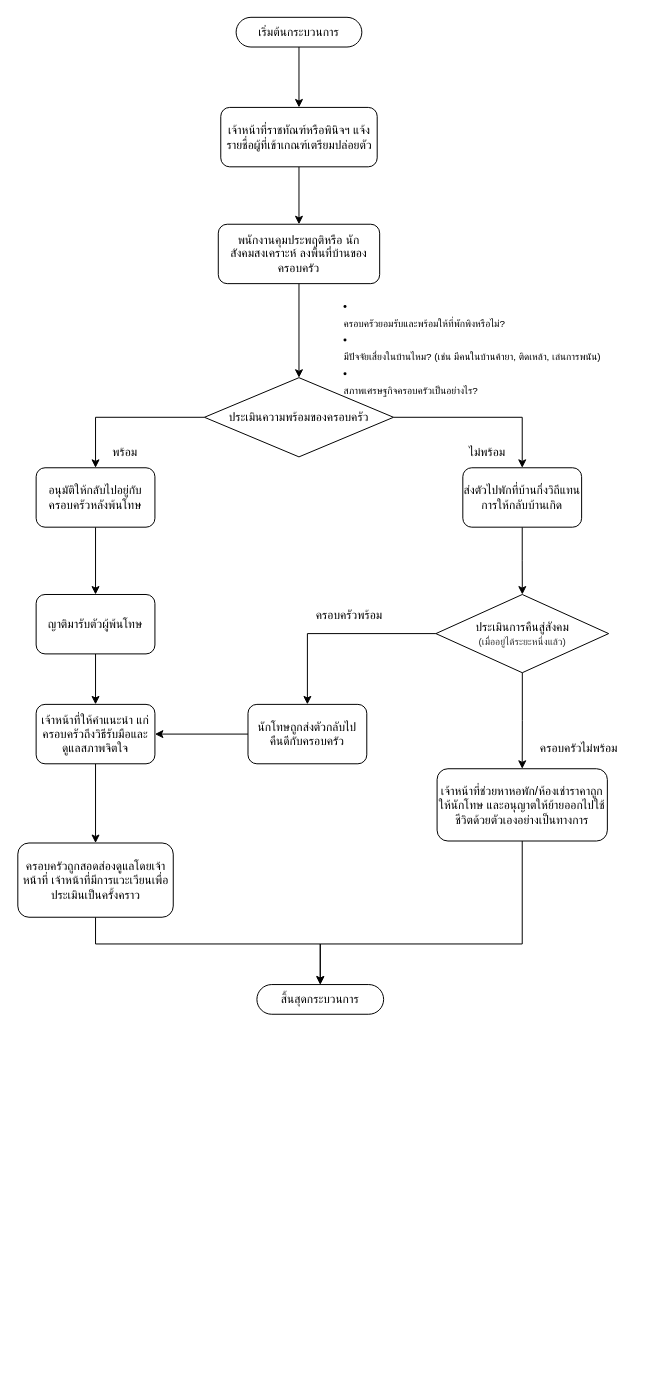
Before: BusinessFlow_PrisonerFam.drawio in lynylany/ThriveSystem, a draw.io diagram. Source tidied: cells renumbered, new cells numbered last; positions are measured from the earlier drawing's top-left corner, leaving out a move shared by most shapes. Both pictures are drawn from the tidied source at 99%, with x=0, y=0 at pixel (18, 17).
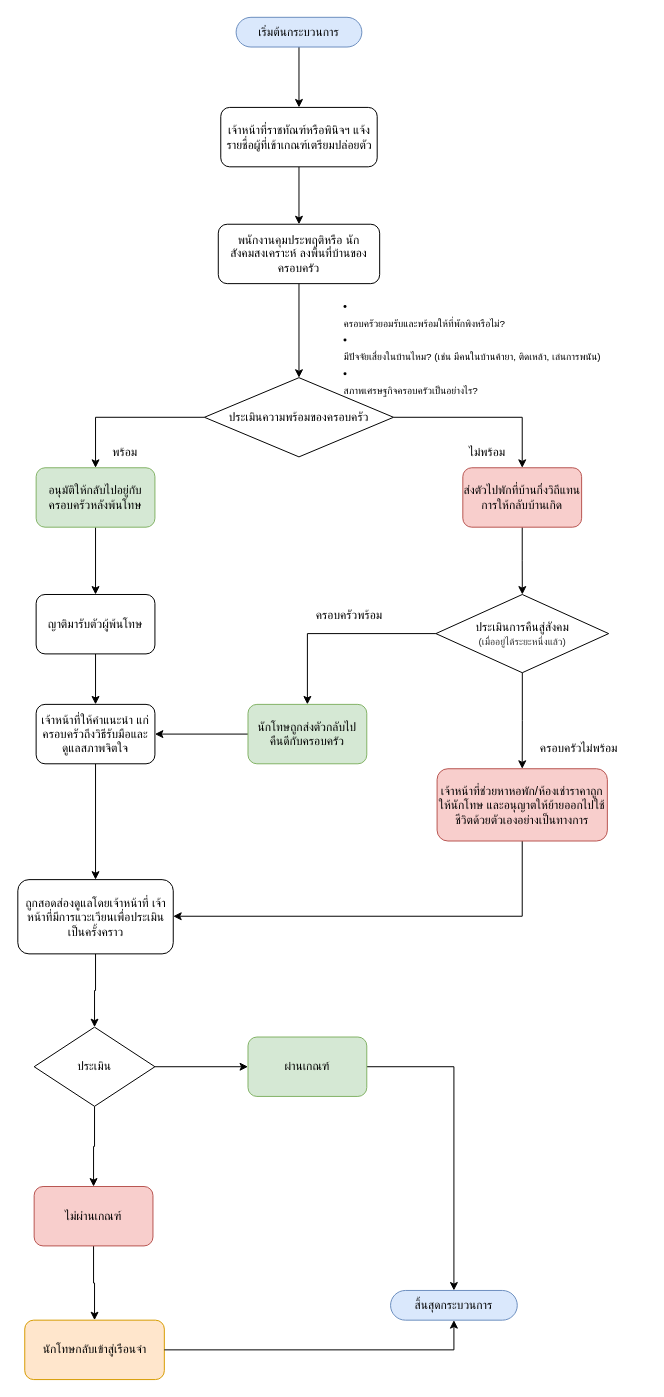
Above is the later version.

What changed in the source:
```diff
@@
-    <mxCell id="3" value="เริ่มต้นกระบวนการ" style="html=1;dashed=0;whiteSpace=wrap;shape=mxgraph.dfd.start;" parent="1" vertex="1">
+    <mxCell id="3" value="เริ่มต้นกระบวนการ" style="html=1;dashed=0;whiteSpace=wrap;shape=mxgraph.dfd.start;fillColor=#dae8fc;strokeColor=#6c8ebf;" parent="1" vertex="1">
       <mxGeometry x="220" width="127" height="30" as="geometry" />
     </mxCell>
@@
-    <mxCell id="13" value="อนุมัติให้กลับไปอยู่กับครอบครัวหลังพ้นโทษ" style="rounded=1;whiteSpace=wrap;html=1;" parent="1" vertex="1">
+    <mxCell id="13" value="อนุมัติให้กลับไปอยู่กับครอบครัวหลังพ้นโทษ" style="rounded=1;whiteSpace=wrap;html=1;fillColor=#d5e8d4;strokeColor=#82b366;" parent="1" vertex="1">
       <mxGeometry x="18" y="455" width="120" height="60" as="geometry" />
     </mxCell>
@@
-    <mxCell id="15" value="ส่งตัวไปพักที่บ้านกึ่งวิถีแทนการให้กลับบ้านเกิด" style="rounded=1;whiteSpace=wrap;html=1;" parent="1" vertex="1">
+    <mxCell id="15" value="ส่งตัวไปพักที่บ้านกึ่งวิถีแทนการให้กลับบ้านเกิด" style="rounded=1;whiteSpace=wrap;html=1;fillColor=#f8cecc;strokeColor=#b85450;" parent="1" vertex="1">
       <mxGeometry x="449" y="455" width="120" height="60" as="geometry" />
     </mxCell>
@@
-    <mxCell id="22" value="สิ้นสุดกระบวนการ" style="html=1;dashed=0;whiteSpace=wrap;shape=mxgraph.dfd.start;" parent="1" vertex="1">
-      <mxGeometry x="241" y="977" width="128" height="30" as="geometry" />
+    <mxCell id="22" value="สิ้นสุดกระบวนการ" style="html=1;dashed=0;whiteSpace=wrap;shape=mxgraph.dfd.start;fillColor=#dae8fc;strokeColor=#6c8ebf;" parent="1" vertex="1">
+      <mxGeometry x="376" y="1286" width="128" height="30" as="geometry" />
     </mxCell>
@@
-    <mxCell id="26" style="edgeStyle=orthogonalEdgeStyle;rounded=0;jettySize=auto;html=1;" parent="1" edge="1" source="27" target="22">
-      <mxGeometry relative="1" as="geometry">
-        <Array as="points">
-          <mxPoint x="509" y="936" />
-          <mxPoint x="305" y="936" />
-        </Array>
-      </mxGeometry>
-    </mxCell>
+    <mxCell id="34" style="edgeStyle=orthogonalEdgeStyle;rounded=0;jettySize=auto;html=1;" parent="1" edge="1" source="27" target="33">
+      <mxGeometry relative="1" as="geometry">
+        <Array as="points">
+          <mxPoint x="509" y="908" />
+        </Array>
+      </mxGeometry>
+    </mxCell>
-    <mxCell id="27" value="เจ้าหน้าที่ช่วยหาหอพัก/ห้องเช่าราคาถูกให้นักโทษ และอนุญาตให้ย้ายออกไปใช้ชีวิตด้วยตัวเองอย่างเป็นทางการ" style="rounded=1;whiteSpace=wrap;html=1;" parent="1" vertex="1">
+    <mxCell id="27" value="เจ้าหน้าที่ช่วยหาหอพัก/ห้องเช่าราคาถูกให้นักโทษ และอนุญาตให้ย้ายออกไปใช้ชีวิตด้วยตัวเองอย่างเป็นทางการ" style="rounded=1;whiteSpace=wrap;html=1;fillColor=#f8cecc;strokeColor=#b85450;" parent="1" vertex="1">
       <mxGeometry x="423" y="759" width="172" height="73" as="geometry" />
     </mxCell>
@@
-    <mxCell id="29" value="นักโทษถูกส่งตัวกลับไปคืนดีกับครอบครัว" style="rounded=1;whiteSpace=wrap;html=1;" parent="1" vertex="1">
+    <mxCell id="29" value="นักโทษถูกส่งตัวกลับไปคืนดีกับครอบครัว" style="rounded=1;whiteSpace=wrap;html=1;fillColor=#d5e8d4;strokeColor=#82b366;" parent="1" vertex="1">
       <mxGeometry x="232" y="694" width="120" height="60" as="geometry" />
     </mxCell>
@@
-    <mxCell id="32" style="edgeStyle=orthogonalEdgeStyle;rounded=0;jettySize=auto;html=1;" parent="1" edge="1" source="33" target="22">
-      <mxGeometry relative="1" as="geometry">
-        <Array as="points">
-          <mxPoint x="78" y="936" />
-          <mxPoint x="305" y="936" />
-        </Array>
-      </mxGeometry>
-    </mxCell>
+    <mxCell id="35" style="edgeStyle=orthogonalEdgeStyle;rounded=0;jettySize=auto;html=1;" parent="1" edge="1" source="33" target="38">
+      <mxGeometry relative="1" as="geometry" />
+    </mxCell>
-    <mxCell id="33" value="ครอบครัวถูกสอดส่องดูแลโดยเจ้าหน้าที่ เจ้าหน้าที่มีการแวะเวียนเพื่อประเมินเป็นครั้งคราว" style="rounded=1;whiteSpace=wrap;html=1;" parent="1" vertex="1">
-      <mxGeometry x="-0.5" y="834" width="157" height="75" as="geometry" />
+    <mxCell id="33" value="ถูกสอดส่องดูแลโดยเจ้าหน้าที่ เจ้าหน้าที่มีการแวะเวียนเพื่อประเมินเป็นครั้งคราว" style="rounded=1;whiteSpace=wrap;html=1;" parent="1" vertex="1">
+      <mxGeometry x="-0.5" y="871" width="157" height="75" as="geometry" />
     </mxCell>
+    <mxCell id="36" style="edgeStyle=orthogonalEdgeStyle;rounded=0;jettySize=auto;html=1;" parent="1" edge="1" source="38" target="40">
+      <mxGeometry relative="1" as="geometry" />
+    </mxCell>
+    <mxCell id="37" style="edgeStyle=orthogonalEdgeStyle;rounded=0;jettySize=auto;html=1;" parent="1" edge="1" source="38" target="42">
+      <mxGeometry relative="1" as="geometry" />
+    </mxCell>
+    <mxCell id="38" value="ประเมิน" style="rhombus;whiteSpace=wrap;html=1;" parent="1" vertex="1">
+      <mxGeometry x="16" y="1020" width="122" height="80" as="geometry" />
+    </mxCell>
+    <mxCell id="39" style="edgeStyle=orthogonalEdgeStyle;rounded=0;jettySize=auto;html=1;" parent="1" edge="1" source="40" target="22">
+      <mxGeometry relative="1" as="geometry" />
+    </mxCell>
+    <mxCell id="40" value="ผ่านเกณฑ์" style="rounded=1;whiteSpace=wrap;html=1;fillColor=#d5e8d4;strokeColor=#82b366;" parent="1" vertex="1">
+      <mxGeometry x="232" y="1030" width="120" height="60" as="geometry" />
+    </mxCell>
+    <mxCell id="41" style="edgeStyle=orthogonalEdgeStyle;rounded=0;jettySize=auto;html=1;" parent="1" edge="1" source="42" target="43">
+      <mxGeometry relative="1" as="geometry" />
+    </mxCell>
+    <mxCell id="42" value="ไม่ผ่านเกณฑ์" style="rounded=1;whiteSpace=wrap;html=1;fillColor=#f8cecc;strokeColor=#b85450;" parent="1" vertex="1">
+      <mxGeometry x="16" y="1181" width="120" height="60" as="geometry" />
+    </mxCell>
+    <mxCell id="43" value="นักโทษกลับเข้าสู่เรือนจำ" style="rounded=1;whiteSpace=wrap;html=1;fillColor=#ffe6cc;strokeColor=#d79b00;" parent="1" vertex="1">
+      <mxGeometry x="6.5" y="1316" width="141" height="60" as="geometry" />
+    </mxCell>
+    <mxCell id="44" style="edgeStyle=orthogonalEdgeStyle;rounded=0;jettySize=auto;html=1;entryX=0.5;entryY=0.5;entryDx=0;entryDy=15;entryPerimeter=0;" parent="1" edge="1" source="43" target="22">
+      <mxGeometry relative="1" as="geometry" />
+    </mxCell>
```
